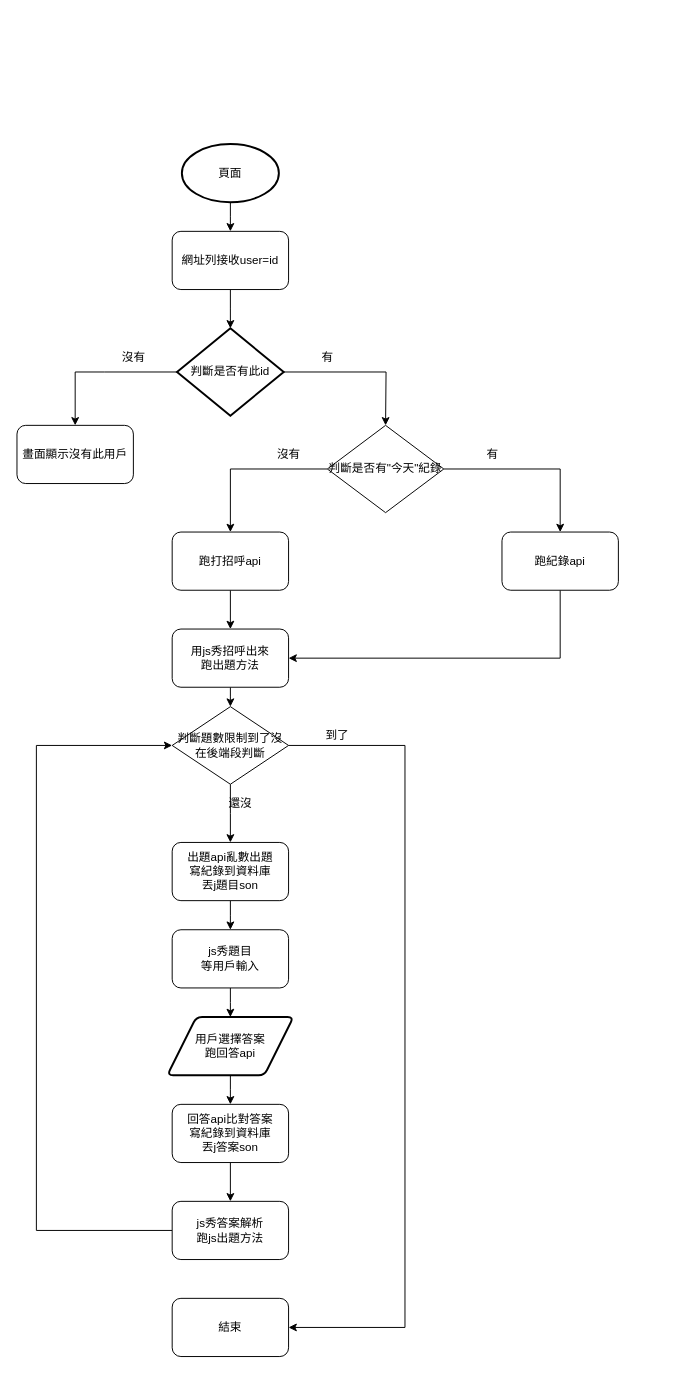
Earlier version of the draw.io diagram 未命名圖表.drawio (kartg0203/work_flow). Source tidied: cells renumbered, new cells numbered last; positions are measured from the earlier drawing's top-left corner, leaving out a move shared by most shapes. Both pictures are drawn from the tidied source at 97%, with x=0, y=0 at pixel (16, 144).
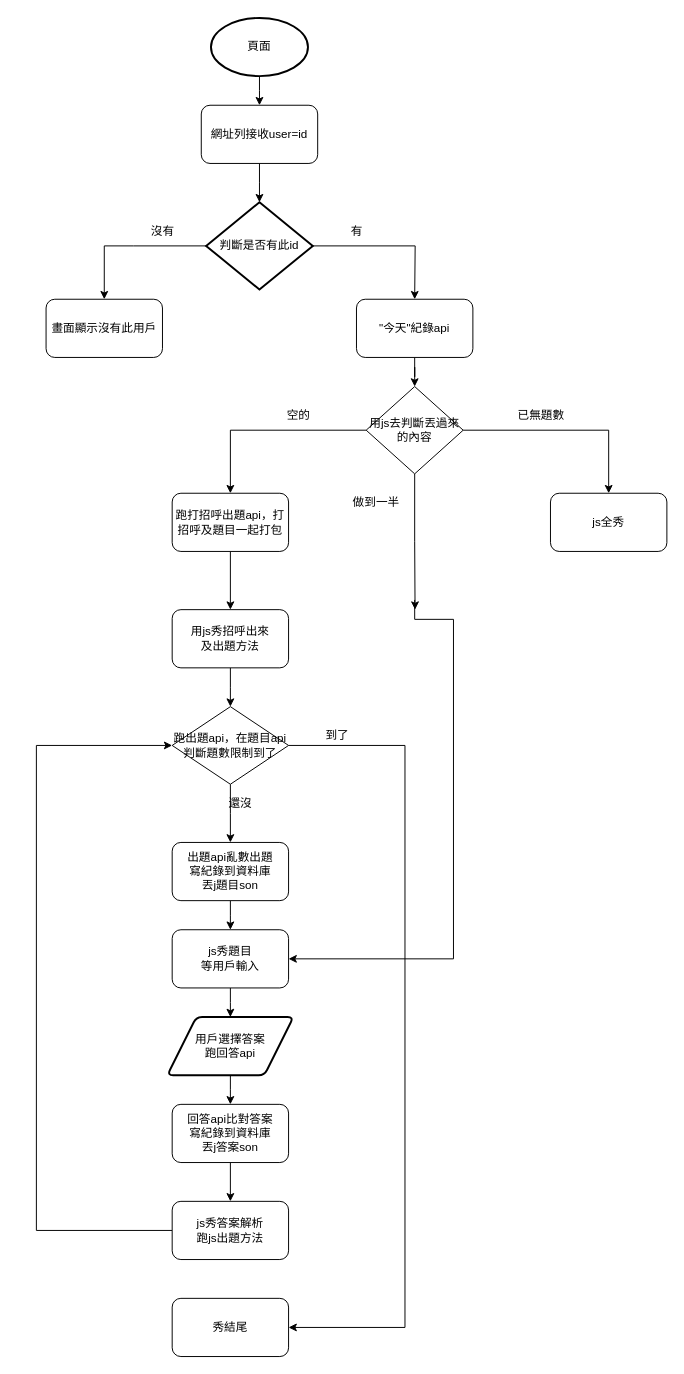
The same page after the edit.

Commit message:
Update 未命名圖表.drawio

Unchanged cells that the change refers to:
```xml
<mxCell id="16" value="js秀題目&lt;br&gt;等用戶輸入" style="rounded=1;whiteSpace=wrap;html=1;" parent="1" vertex="1">
  <mxGeometry x="160" y="810" width="120" height="60" as="geometry" />
</mxCell>
```

Diff of the diagram source:
```diff
@@
     <mxCell id="3" value="頁面" style="strokeWidth=2;html=1;shape=mxgraph.flowchart.start_1;whiteSpace=wrap;" parent="1" vertex="1">
-      <mxGeometry x="170" width="100" height="60" as="geometry" />
+      <mxGeometry x="200" y="-130" width="100" height="60" as="geometry" />
     </mxCell>
     <mxCell id="4" style="edgeStyle=orthogonalEdgeStyle;rounded=0;jettySize=auto;html=1;startArrow=none;" parent="1" edge="1" source="17">
       <mxGeometry relative="1" as="geometry">
-        <mxPoint x="220" y="190" as="targetPoint" />
+        <mxPoint x="250" y="60" as="targetPoint" />
       </mxGeometry>
     </mxCell>
     <mxCell id="5" style="edgeStyle=orthogonalEdgeStyle;rounded=0;jettySize=auto;html=1;" parent="1" edge="1" source="7">
       <mxGeometry relative="1" as="geometry">
-        <mxPoint x="60" y="290" as="targetPoint" />
+        <mxPoint x="90" y="160" as="targetPoint" />
         <Array as="points">
-          <mxPoint x="90" y="235" />
-          <mxPoint x="90" y="235" />
+          <mxPoint x="120" y="105" />
+          <mxPoint x="120" y="105" />
         </Array>
       </mxGeometry>
     </mxCell>
     <mxCell id="6" style="edgeStyle=orthogonalEdgeStyle;rounded=0;jettySize=auto;html=1;" parent="1" edge="1" source="7">
       <mxGeometry relative="1" as="geometry">
-        <mxPoint x="380" y="290" as="targetPoint" />
+        <mxPoint x="410" y="160" as="targetPoint" />
       </mxGeometry>
     </mxCell>
     <mxCell id="7" value="判斷是否有此id" style="strokeWidth=2;html=1;shape=mxgraph.flowchart.decision;whiteSpace=wrap;" parent="1" vertex="1">
-      <mxGeometry x="165" y="190" width="110" height="90" as="geometry" />
+      <mxGeometry x="195" y="60" width="110" height="90" as="geometry" />
     </mxCell>
     <mxCell id="8" value="畫面顯示沒有此用戶" style="rounded=1;whiteSpace=wrap;html=1;" parent="1" vertex="1">
-      <mxGeometry y="290" width="120" height="60" as="geometry" />
+      <mxGeometry x="30" y="160" width="120" height="60" as="geometry" />
     </mxCell>
     <mxCell id="9" value="沒有" style="text;html=1;align=center;verticalAlign=middle;strokeColor=none;" parent="1" vertex="1">
-      <mxGeometry x="100" y="210" width="40" height="20" as="geometry" />
+      <mxGeometry x="130" y="80" width="40" height="20" as="geometry" />
     </mxCell>
@@
-    <mxCell id="11" value="跑打招呼api" style="rounded=1;whiteSpace=wrap;html=1;" parent="1" vertex="1">
-      <mxGeometry x="160" y="400" width="120" height="60" as="geometry" />
+    <mxCell id="11" value="跑打招呼出題api，打招呼及題目一起打包" style="rounded=1;whiteSpace=wrap;html=1;" parent="1" vertex="1">
+      <mxGeometry x="160" y="360" width="120" height="60" as="geometry" />
     </mxCell>
     <mxCell id="12" value="有" style="text;html=1;align=center;verticalAlign=middle;strokeColor=none;" parent="1" vertex="1">
-      <mxGeometry x="305" y="210" width="30" height="20" as="geometry" />
+      <mxGeometry x="335" y="80" width="30" height="20" as="geometry" />
     </mxCell>
@@
-    <mxCell id="14" value="用js秀招呼出來&lt;br&gt;跑出題方法" style="rounded=1;whiteSpace=wrap;html=1;" parent="1" vertex="1">
-      <mxGeometry x="160" y="500" width="120" height="60" as="geometry" />
+    <mxCell id="14" value="用js秀招呼出來&lt;br&gt;及出題方法" style="rounded=1;whiteSpace=wrap;html=1;" parent="1" vertex="1">
+      <mxGeometry x="160" y="480" width="120" height="60" as="geometry" />
     </mxCell>
@@
     <mxCell id="17" value="&lt;span&gt;網址列接收user=id&lt;/span&gt;" style="rounded=1;whiteSpace=wrap;html=1;" parent="1" vertex="1">
-      <mxGeometry x="160" y="90" width="120" height="60" as="geometry" />
+      <mxGeometry x="190" y="-40" width="120" height="60" as="geometry" />
     </mxCell>
@@
-    <mxCell id="26" value="判斷題數限制到了沒&lt;br&gt;在後端段判斷" style="rhombus;whiteSpace=wrap;html=1;" parent="1" vertex="1">
+    <mxCell id="26" value="跑出題api，在題目api判斷題數限制到了" style="rhombus;whiteSpace=wrap;html=1;" parent="1" vertex="1">
       <mxGeometry x="160" y="580" width="120" height="80" as="geometry" />
     </mxCell>
@@
-    <mxCell id="30" value="結束" style="rounded=1;whiteSpace=wrap;html=1;" parent="1" vertex="1">
+    <mxCell id="30" value="秀結尾" style="rounded=1;whiteSpace=wrap;html=1;" parent="1" vertex="1">
       <mxGeometry x="160" y="1190" width="120" height="60" as="geometry" />
     </mxCell>
@@
-    <mxCell id="32" style="edgeStyle=orthogonalEdgeStyle;rounded=0;jettySize=auto;html=1;exitX=0;exitY=0.5;exitDx=0;exitDy=0;" parent="1" edge="1" source="34" target="11">
-      <mxGeometry relative="1" as="geometry" />
-    </mxCell>
-    <mxCell id="33" style="edgeStyle=orthogonalEdgeStyle;rounded=0;jettySize=auto;html=1;entryX=0.5;entryY=0;entryDx=0;entryDy=0;" parent="1" edge="1" source="34" target="37">
-      <mxGeometry relative="1" as="geometry" />
-    </mxCell>
-    <mxCell id="34" value="判斷是否有&quot;今天&quot;紀錄" style="rhombus;whiteSpace=wrap;html=1;" parent="1" vertex="1">
-      <mxGeometry x="320" y="290" width="120" height="90" as="geometry" />
-    </mxCell>
-    <mxCell id="35" value="沒有" style="text;html=1;align=center;verticalAlign=middle;strokeColor=none;" parent="1" vertex="1">
-      <mxGeometry x="260" y="310" width="40" height="20" as="geometry" />
-    </mxCell>
-    <mxCell id="36" style="edgeStyle=orthogonalEdgeStyle;rounded=0;jettySize=auto;html=1;entryX=1;entryY=0.5;entryDx=0;entryDy=0;" parent="1" edge="1" source="37" target="14">
-      <mxGeometry relative="1" as="geometry">
-        <Array as="points">
-          <mxPoint x="560" y="530" />
-        </Array>
-      </mxGeometry>
-    </mxCell>
-    <mxCell id="37" value="跑紀錄api" style="rounded=1;whiteSpace=wrap;html=1;" parent="1" vertex="1">
-      <mxGeometry x="500" y="400" width="120" height="60" as="geometry" />
-    </mxCell>
-    <mxCell id="38" value="有" style="text;html=1;align=center;verticalAlign=middle;strokeColor=none;" parent="1" vertex="1">
-      <mxGeometry x="475" y="310" width="30" height="20" as="geometry" />
-    </mxCell>
+    <mxCell id="39" style="edgeStyle=orthogonalEdgeStyle;rounded=0;jettySize=auto;html=1;entryX=0.5;entryY=0;entryDx=0;entryDy=0;exitX=0;exitY=0.5;exitDx=0;exitDy=0;" parent="1" edge="1" source="49" target="11">
+      <mxGeometry relative="1" as="geometry">
+        <Array as="points">
+          <mxPoint x="220" y="295" />
+        </Array>
+      </mxGeometry>
+    </mxCell>
+    <mxCell id="40" style="edgeStyle=orthogonalEdgeStyle;rounded=0;jettySize=auto;html=1;entryX=0.5;entryY=0;entryDx=0;entryDy=0;exitX=1;exitY=0.5;exitDx=0;exitDy=0;" parent="1" edge="1" source="49" target="44">
+      <mxGeometry relative="1" as="geometry">
+        <Array as="points">
+          <mxPoint x="610" y="295" />
+        </Array>
+      </mxGeometry>
+    </mxCell>
+    <mxCell id="41" value="空的" style="text;html=1;align=center;verticalAlign=middle;strokeColor=none;" parent="1" vertex="1">
+      <mxGeometry x="270" y="270" width="40" height="20" as="geometry" />
+    </mxCell>
+    <mxCell id="42" style="edgeStyle=orthogonalEdgeStyle;rounded=0;jettySize=auto;html=1;entryX=1;entryY=0.5;entryDx=0;entryDy=0;exitX=0.5;exitY=1;exitDx=0;exitDy=0;" parent="1" edge="1" target="16">
+      <mxGeometry relative="1" as="geometry">
+        <mxPoint x="410" y="470" as="sourcePoint" />
+        <Array as="points">
+          <mxPoint x="410" y="490" />
+          <mxPoint x="450" y="490" />
+          <mxPoint x="450" y="840" />
+        </Array>
+      </mxGeometry>
+    </mxCell>
+    <mxCell id="43" value="做到一半" style="text;html=1;align=center;verticalAlign=middle;strokeColor=none;" parent="1" vertex="1">
+      <mxGeometry x="340" y="360" width="60" height="20" as="geometry" />
+    </mxCell>
+    <mxCell id="44" value="js全秀" style="rounded=1;whiteSpace=wrap;html=1;" parent="1" vertex="1">
+      <mxGeometry x="550" y="360" width="120" height="60" as="geometry" />
+    </mxCell>
+    <mxCell id="45" value="已無題數" style="text;html=1;align=center;verticalAlign=middle;strokeColor=none;" parent="1" vertex="1">
+      <mxGeometry x="510" y="270" width="60" height="20" as="geometry" />
+    </mxCell>
+    <mxCell id="46" style="edgeStyle=orthogonalEdgeStyle;rounded=0;jettySize=auto;html=1;" parent="1" edge="1" source="47" target="49">
+      <mxGeometry relative="1" as="geometry" />
+    </mxCell>
+    <mxCell id="47" value="&lt;span&gt;&quot;今天&quot;紀錄api&lt;/span&gt;" style="rounded=1;whiteSpace=wrap;html=1;" parent="1" vertex="1">
+      <mxGeometry x="350" y="160" width="120" height="60" as="geometry" />
+    </mxCell>
+    <mxCell id="48" style="edgeStyle=orthogonalEdgeStyle;rounded=0;jettySize=auto;html=1;exitX=0.5;exitY=1;exitDx=0;exitDy=0;" parent="1" edge="1" source="49">
+      <mxGeometry relative="1" as="geometry">
+        <mxPoint x="410.4" y="480" as="targetPoint" />
+      </mxGeometry>
+    </mxCell>
+    <mxCell id="49" value="&lt;span&gt;用js去判斷丟過來的內容&lt;/span&gt;" style="rhombus;whiteSpace=wrap;html=1;" parent="1" vertex="1">
+      <mxGeometry x="360" y="250" width="100" height="90" as="geometry" />
+    </mxCell>
```
